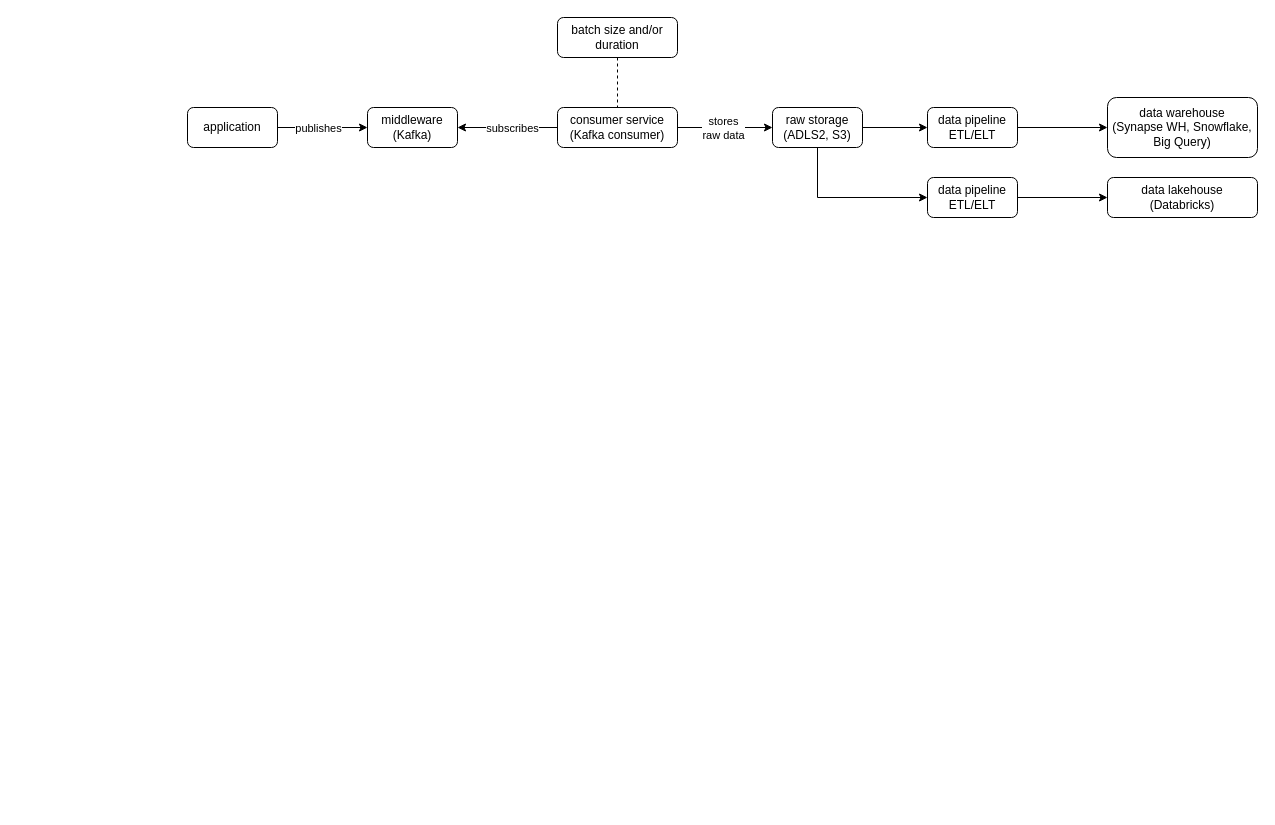
joshuavaple/draw-io keeps this draw.io diagram as data-architecture-and-eng.drawio. Above is the earlier version. Source tidied: cells renumbered, new cells numbered last; positions are measured from the earlier drawing's top-left corner, leaving out a move shared by most shapes. Both pictures are drawn from the tidied source at 100%, with x=0, y=0 at pixel (187, 17).
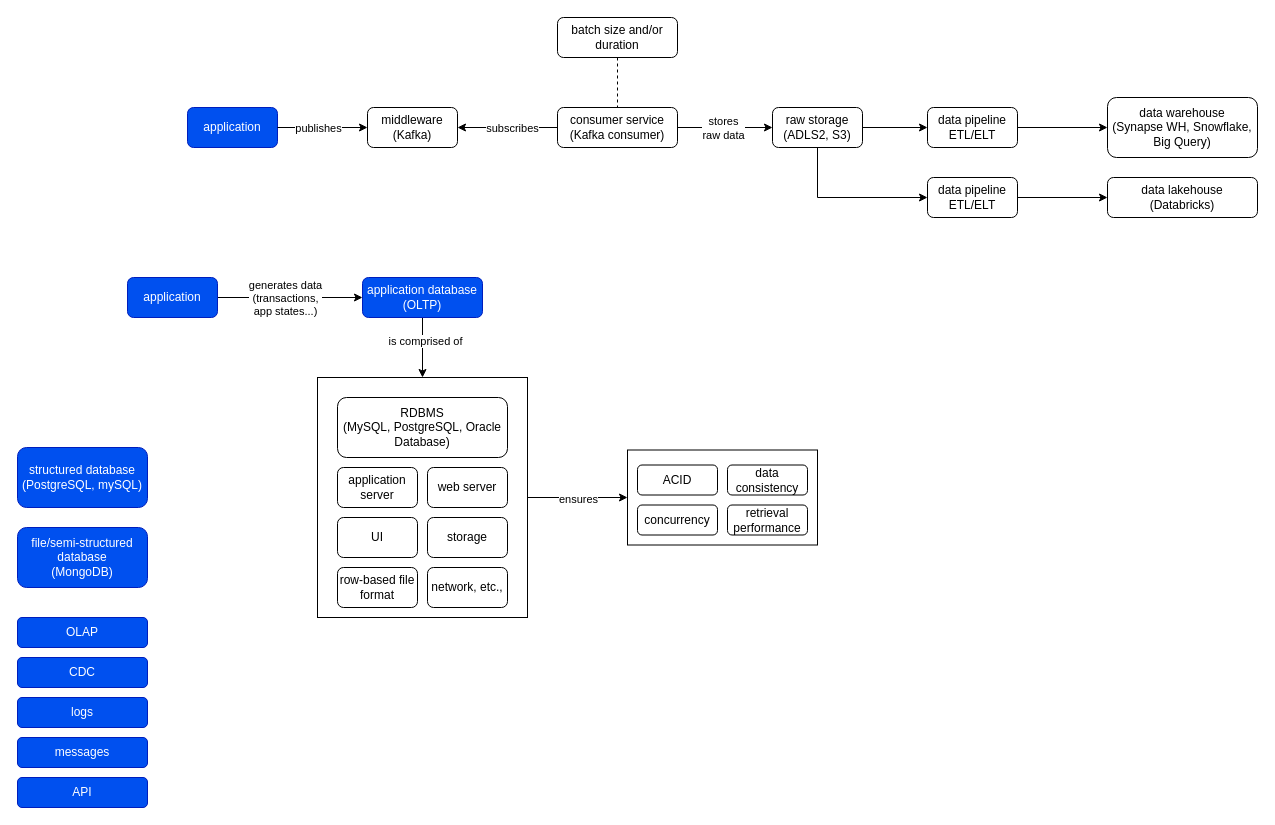
The same diagram, later.

Commit message:
expanded OLTP source system

Change to the diagram source:
```diff
@@
+    <mxCell id="22" style="rounded=0;whiteSpace=wrap;html=1;" parent="1" vertex="1">
+      <mxGeometry x="130" y="360" width="210" height="240" as="geometry" />
+    </mxCell>
-    <mxCell id="2" value="application" style="rounded=1;whiteSpace=wrap;html=1;" parent="1" vertex="1">
+    <mxCell id="2" value="application" style="rounded=1;whiteSpace=wrap;html=1;fillColor=#0050ef;fontColor=#ffffff;strokeColor=#001DBC;" parent="1" vertex="1">
       <mxGeometry y="90" width="90" height="40" as="geometry" />
     </mxCell>
@@
+    <mxCell id="23" style="edgeStyle=orthogonalEdgeStyle;rounded=0;jettySize=auto;html=1;exitX=1;exitY=0.5;exitDx=0;exitDy=0;entryX=0;entryY=0.5;entryDx=0;entryDy=0;" parent="1" edge="1" source="25" target="38">
+      <mxGeometry relative="1" as="geometry" />
+    </mxCell>
+    <mxCell id="24" value="generates data&lt;div&gt;(transactions,&lt;/div&gt;&lt;div&gt;app states...)&lt;/div&gt;" style="edgeLabel;html=1;align=center;verticalAlign=middle;" parent="23" vertex="1">
+      <mxGeometry x="-0.37" relative="1" as="geometry">
+        <mxPoint x="21" as="offset" />
+      </mxGeometry>
+    </mxCell>
+    <mxCell id="25" value="application" style="rounded=1;whiteSpace=wrap;html=1;fillColor=#0050ef;fontColor=#ffffff;strokeColor=#001DBC;" parent="1" vertex="1">
+      <mxGeometry x="-60" y="260" width="90" height="40" as="geometry" />
+    </mxCell>
+    <mxCell id="26" value="structured database&lt;div&gt;(PostgreSQL, mySQL)&lt;/div&gt;" style="rounded=1;whiteSpace=wrap;html=1;fillColor=#0050ef;fontColor=#ffffff;strokeColor=#001DBC;" parent="1" vertex="1">
+      <mxGeometry x="-170" y="430" width="130" height="60" as="geometry" />
+    </mxCell>
+    <mxCell id="27" value="file/semi-structured database&lt;div&gt;(MongoDB)&lt;/div&gt;" style="rounded=1;whiteSpace=wrap;html=1;fillColor=#0050ef;fontColor=#ffffff;strokeColor=#001DBC;" parent="1" vertex="1">
+      <mxGeometry x="-170" y="510" width="130" height="60" as="geometry" />
+    </mxCell>
+    <mxCell id="28" value="OLAP" style="rounded=1;whiteSpace=wrap;html=1;fillColor=#0050ef;fontColor=#ffffff;strokeColor=#001DBC;" parent="1" vertex="1">
+      <mxGeometry x="-170" y="600" width="130" height="30" as="geometry" />
+    </mxCell>
+    <mxCell id="29" value="CDC" style="rounded=1;whiteSpace=wrap;html=1;fillColor=#0050ef;fontColor=#ffffff;strokeColor=#001DBC;" parent="1" vertex="1">
+      <mxGeometry x="-170" y="640" width="130" height="30" as="geometry" />
+    </mxCell>
+    <mxCell id="30" value="logs" style="rounded=1;whiteSpace=wrap;html=1;fillColor=#0050ef;fontColor=#ffffff;strokeColor=#001DBC;" parent="1" vertex="1">
+      <mxGeometry x="-170" y="680" width="130" height="30" as="geometry" />
+    </mxCell>
+    <mxCell id="31" value="messages" style="rounded=1;whiteSpace=wrap;html=1;fillColor=#0050ef;fontColor=#ffffff;strokeColor=#001DBC;" parent="1" vertex="1">
+      <mxGeometry x="-170" y="720" width="130" height="30" as="geometry" />
+    </mxCell>
+    <mxCell id="32" value="API" style="rounded=1;whiteSpace=wrap;html=1;fillColor=#0050ef;fontColor=#ffffff;strokeColor=#001DBC;" parent="1" vertex="1">
+      <mxGeometry x="-170" y="760" width="130" height="30" as="geometry" />
+    </mxCell>
+    <mxCell id="33" style="edgeStyle=orthogonalEdgeStyle;rounded=0;jettySize=auto;html=1;exitX=1;exitY=0.5;exitDx=0;exitDy=0;" parent="1" edge="1" source="22" target="40">
+      <mxGeometry relative="1" as="geometry" />
+    </mxCell>
+    <mxCell id="34" value="ensures" style="edgeLabel;html=1;align=center;verticalAlign=middle;" parent="33" vertex="1">
+      <mxGeometry x="-0.01" y="-1" relative="1" as="geometry" />
+    </mxCell>
+    <mxCell id="35" value="RDBMS&lt;div&gt;(MySQL, PostgreSQL, Oracle Database)&lt;/div&gt;" style="rounded=1;whiteSpace=wrap;html=1;" parent="1" vertex="1">
+      <mxGeometry x="150" y="380" width="170" height="60" as="geometry" />
+    </mxCell>
+    <mxCell id="36" style="edgeStyle=orthogonalEdgeStyle;rounded=0;jettySize=auto;html=1;exitX=0.5;exitY=1;exitDx=0;exitDy=0;entryX=0.5;entryY=0;entryDx=0;entryDy=0;" parent="1" edge="1" source="38" target="22">
+      <mxGeometry relative="1" as="geometry" />
+    </mxCell>
+    <mxCell id="37" value="is comprised of" style="edgeLabel;html=1;align=center;verticalAlign=middle;" parent="36" vertex="1">
+      <mxGeometry x="-0.25" y="2" relative="1" as="geometry" />
+    </mxCell>
+    <mxCell id="38" value="application database (OLTP)" style="rounded=1;whiteSpace=wrap;html=1;fillColor=#0050ef;fontColor=#ffffff;strokeColor=#001DBC;" parent="1" vertex="1">
+      <mxGeometry x="175" y="260" width="120" height="40" as="geometry" />
+    </mxCell>
+    <mxCell id="39" style="group;" parent="1" vertex="1">
+      <mxGeometry x="440" y="432.5" width="190" height="95" as="geometry" />
+    </mxCell>
+    <mxCell id="40" style="rounded=0;whiteSpace=wrap;html=1;" parent="39" vertex="1">
+      <mxGeometry width="190" height="95" as="geometry" />
+    </mxCell>
+    <mxCell id="41" value="ACID" style="rounded=1;whiteSpace=wrap;html=1;" parent="39" vertex="1">
+      <mxGeometry x="10" y="15" width="80" height="30" as="geometry" />
+    </mxCell>
+    <mxCell id="42" value="concurrency" style="rounded=1;whiteSpace=wrap;html=1;" parent="39" vertex="1">
+      <mxGeometry x="10" y="55" width="80" height="30" as="geometry" />
+    </mxCell>
+    <mxCell id="43" value="retrieval performance" style="rounded=1;whiteSpace=wrap;html=1;" parent="39" vertex="1">
+      <mxGeometry x="100" y="55" width="80" height="30" as="geometry" />
+    </mxCell>
+    <mxCell id="44" value="data consistency" style="rounded=1;whiteSpace=wrap;html=1;" parent="39" vertex="1">
+      <mxGeometry x="100" y="15" width="80" height="30" as="geometry" />
+    </mxCell>
+    <mxCell id="45" value="application server" style="rounded=1;whiteSpace=wrap;html=1;" parent="1" vertex="1">
+      <mxGeometry x="150" y="450" width="80" height="40" as="geometry" />
+    </mxCell>
+    <mxCell id="46" value="web server" style="rounded=1;whiteSpace=wrap;html=1;" parent="1" vertex="1">
+      <mxGeometry x="240" y="450" width="80" height="40" as="geometry" />
+    </mxCell>
+    <mxCell id="47" value="UI" style="rounded=1;whiteSpace=wrap;html=1;" parent="1" vertex="1">
+      <mxGeometry x="150" y="500" width="80" height="40" as="geometry" />
+    </mxCell>
+    <mxCell id="48" value="storage" style="rounded=1;whiteSpace=wrap;html=1;" parent="1" vertex="1">
+      <mxGeometry x="240" y="500" width="80" height="40" as="geometry" />
+    </mxCell>
+    <mxCell id="49" value="row-based file format" style="rounded=1;whiteSpace=wrap;html=1;" parent="1" vertex="1">
+      <mxGeometry x="150" y="550" width="80" height="40" as="geometry" />
+    </mxCell>
+    <mxCell id="50" value="network, etc.," style="rounded=1;whiteSpace=wrap;html=1;" parent="1" vertex="1">
+      <mxGeometry x="240" y="550" width="80" height="40" as="geometry" />
+    </mxCell>
```
